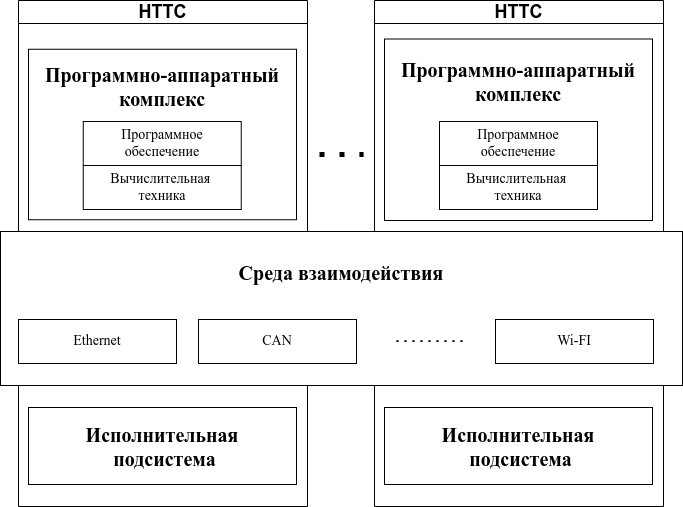
This is Dissertation/images/drawio/po.drawio.png from dreddsa5dies/phd, a draw.io export, as it was before one commit. Source tidied: cells renumbered, new cells last; positions are measured from the earlier drawing's top-left corner, leaving out a move shared by most shapes. The source it was exported from:
```xml
<mxGraphModel>
  <root>
    <mxCell id="0" />
    <mxCell id="1" parent="0" />
    <mxCell id="2" value="Исполнительная&lt;div&gt;&amp;nbsp;подсистема&lt;/div&gt;" style="rounded=0;whiteSpace=wrap;html=1;fontSize=20;fontStyle=1;fontFamily=Times New Roman;" parent="1" vertex="1">
      <mxGeometry x="28" y="407" width="268" height="77" as="geometry" />
    </mxCell>
    <mxCell id="3" value="&lt;font style=&quot;font-size: 18px;&quot;&gt;НТТС&lt;/font&gt;" style="swimlane;whiteSpace=wrap;html=1;" parent="1" vertex="1">
      <mxGeometry x="18" width="289" height="506" as="geometry" />
    </mxCell>
    <mxCell id="4" value="&lt;div&gt;Программно-аппаратный комплекс&lt;/div&gt;&lt;div&gt;&lt;br&gt;&lt;/div&gt;&lt;div&gt;&lt;br&gt;&lt;/div&gt;&lt;div&gt;&lt;br&gt;&lt;/div&gt;&lt;div&gt;&lt;br&gt;&lt;/div&gt;" style="rounded=0;whiteSpace=wrap;html=1;fontSize=20;fontStyle=1;fontFamily=Times New Roman;" parent="3" vertex="1">
      <mxGeometry x="10" y="48.8" width="268" height="170.5" as="geometry" />
    </mxCell>
    <mxCell id="5" value="Вычислительная&amp;nbsp;&lt;div&gt;техника&lt;/div&gt;" style="rounded=0;whiteSpace=wrap;html=1;fontSize=14;fontFamily=Times New Roman;" parent="3" vertex="1">
      <mxGeometry x="64.8" y="165" width="158" height="44" as="geometry" />
    </mxCell>
    <mxCell id="6" value="Программное обеспечение" style="rounded=0;whiteSpace=wrap;html=1;fontSize=14;fontFamily=Times New Roman;" parent="3" vertex="1">
      <mxGeometry x="64.8" y="121" width="158" height="44" as="geometry" />
    </mxCell>
    <mxCell id="7" value="&lt;div&gt;Программно-аппаратный комплекс&lt;/div&gt;&lt;div&gt;&lt;br&gt;&lt;/div&gt;&lt;div&gt;&lt;br&gt;&lt;/div&gt;&lt;div&gt;&lt;br&gt;&lt;/div&gt;&lt;div&gt;&lt;br&gt;&lt;/div&gt;" style="rounded=0;whiteSpace=wrap;html=1;fontSize=20;fontStyle=1;fontFamily=Times New Roman;" parent="1" vertex="1">
      <mxGeometry x="384" y="38.5" width="268" height="181.5" as="geometry" />
    </mxCell>
    <mxCell id="8" value="Вычислительная&amp;nbsp;&lt;div&gt;техника&lt;/div&gt;" style="rounded=0;whiteSpace=wrap;html=1;fontSize=14;fontFamily=Times New Roman;" parent="1" vertex="1">
      <mxGeometry x="439" y="165" width="158" height="44" as="geometry" />
    </mxCell>
    <mxCell id="9" value="Исполнительная&lt;div&gt;&amp;nbsp;подсистема&lt;/div&gt;" style="rounded=0;whiteSpace=wrap;html=1;fontSize=20;fontStyle=1;fontFamily=Times New Roman;" parent="1" vertex="1">
      <mxGeometry x="384" y="407" width="268" height="77" as="geometry" />
    </mxCell>
    <mxCell id="10" value="&lt;font style=&quot;font-size: 18px;&quot;&gt;НТТС&lt;/font&gt;" style="swimlane;whiteSpace=wrap;html=1;" parent="1" vertex="1">
      <mxGeometry x="374" width="289" height="506" as="geometry" />
    </mxCell>
    <mxCell id="11" value="Среда взаимодействия&lt;br&gt;&lt;div&gt;&lt;br&gt;&lt;/div&gt;&lt;div&gt;&lt;br&gt;&lt;/div&gt;&lt;div&gt;&lt;br&gt;&lt;/div&gt;" style="rounded=0;whiteSpace=wrap;html=1;fontSize=20;fontStyle=1;fontFamily=Times New Roman;" parent="1" vertex="1">
      <mxGeometry y="231" width="682" height="154" as="geometry" />
    </mxCell>
    <mxCell id="12" value="Ethernet" style="rounded=0;whiteSpace=wrap;html=1;fontSize=14;fontFamily=Times New Roman;" parent="1" vertex="1">
      <mxGeometry x="18" y="319" width="158" height="44" as="geometry" />
    </mxCell>
    <mxCell id="13" value="CAN" style="rounded=0;whiteSpace=wrap;html=1;fontSize=14;fontFamily=Times New Roman;" parent="1" vertex="1">
      <mxGeometry x="198" y="319" width="158" height="44" as="geometry" />
    </mxCell>
    <mxCell id="14" value="Wi-FI" style="rounded=0;whiteSpace=wrap;html=1;fontSize=14;fontFamily=Times New Roman;" parent="1" vertex="1">
      <mxGeometry x="495" y="319" width="158" height="44" as="geometry" />
    </mxCell>
    <mxCell id="15" style="endArrow=none;dashed=1;html=1;dashPattern=1 3;strokeWidth=2;rounded=0;" parent="1" edge="1">
      <mxGeometry relative="1" as="geometry">
        <mxPoint x="396" y="340.6" as="sourcePoint" />
        <mxPoint x="462" y="340.6" as="targetPoint" />
      </mxGeometry>
    </mxCell>
    <mxCell id="16" style="endArrow=none;dashed=1;html=1;dashPattern=1 3;strokeWidth=5;rounded=0;fontSize=14;spacing=8;jumpSize=12;" parent="1" edge="1">
      <mxGeometry relative="1" as="geometry">
        <mxPoint x="319" y="154" as="sourcePoint" />
        <mxPoint x="363" y="154" as="targetPoint" />
      </mxGeometry>
    </mxCell>
    <mxCell id="17" value="Программное обеспечение" style="rounded=0;whiteSpace=wrap;html=1;fontSize=14;fontFamily=Times New Roman;" parent="1" vertex="1">
      <mxGeometry x="439" y="121" width="158" height="44" as="geometry" />
    </mxCell>
  </root>
</mxGraphModel>
```
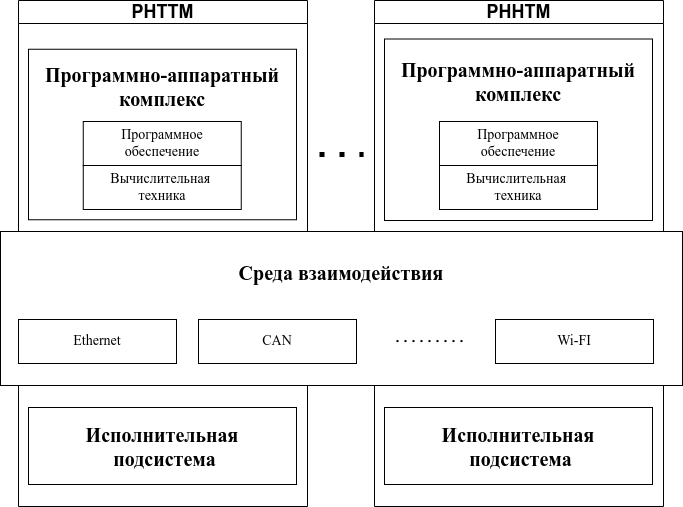
Later version of the same file.

Change to the diagram source:
```diff
@@ -5,7 +5,7 @@
     <mxCell id="2" value="Исполнительная&lt;div&gt;&amp;nbsp;подсистема&lt;/div&gt;" style="rounded=0;whiteSpace=wrap;html=1;fontSize=20;fontStyle=1;fontFamily=Times New Roman;" parent="1" vertex="1">
       <mxGeometry x="28" y="407" width="268" height="77" as="geometry" />
     </mxCell>
-    <mxCell id="3" value="&lt;font style=&quot;font-size: 18px;&quot;&gt;НТТС&lt;/font&gt;" style="swimlane;whiteSpace=wrap;html=1;" parent="1" vertex="1">
+    <mxCell id="3" value="&lt;font style=&quot;font-size: 18px;&quot;&gt;РНТТМ&lt;/font&gt;" style="swimlane;whiteSpace=wrap;html=1;" parent="1" vertex="1">
       <mxGeometry x="18" width="289" height="506" as="geometry" />
     </mxCell>
     <mxCell id="4" value="&lt;div&gt;Программно-аппаратный комплекс&lt;/div&gt;&lt;div&gt;&lt;br&gt;&lt;/div&gt;&lt;div&gt;&lt;br&gt;&lt;/div&gt;&lt;div&gt;&lt;br&gt;&lt;/div&gt;&lt;div&gt;&lt;br&gt;&lt;/div&gt;" style="rounded=0;whiteSpace=wrap;html=1;fontSize=20;fontStyle=1;fontFamily=Times New Roman;" parent="3" vertex="1">
@@ -26,7 +26,7 @@
     <mxCell id="9" value="Исполнительная&lt;div&gt;&amp;nbsp;подсистема&lt;/div&gt;" style="rounded=0;whiteSpace=wrap;html=1;fontSize=20;fontStyle=1;fontFamily=Times New Roman;" parent="1" vertex="1">
       <mxGeometry x="384" y="407" width="268" height="77" as="geometry" />
     </mxCell>
-    <mxCell id="10" value="&lt;font style=&quot;font-size: 18px;&quot;&gt;НТТС&lt;/font&gt;" style="swimlane;whiteSpace=wrap;html=1;" parent="1" vertex="1">
+    <mxCell id="10" value="&lt;font style=&quot;font-size: 18px;&quot;&gt;РННТМ&lt;/font&gt;" style="swimlane;whiteSpace=wrap;html=1;" parent="1" vertex="1">
       <mxGeometry x="374" width="289" height="506" as="geometry" />
     </mxCell>
     <mxCell id="11" value="Среда взаимодействия&lt;br&gt;&lt;div&gt;&lt;br&gt;&lt;/div&gt;&lt;div&gt;&lt;br&gt;&lt;/div&gt;&lt;div&gt;&lt;br&gt;&lt;/div&gt;" style="rounded=0;whiteSpace=wrap;html=1;fontSize=20;fontStyle=1;fontFamily=Times New Roman;" parent="1" vertex="1">
```
